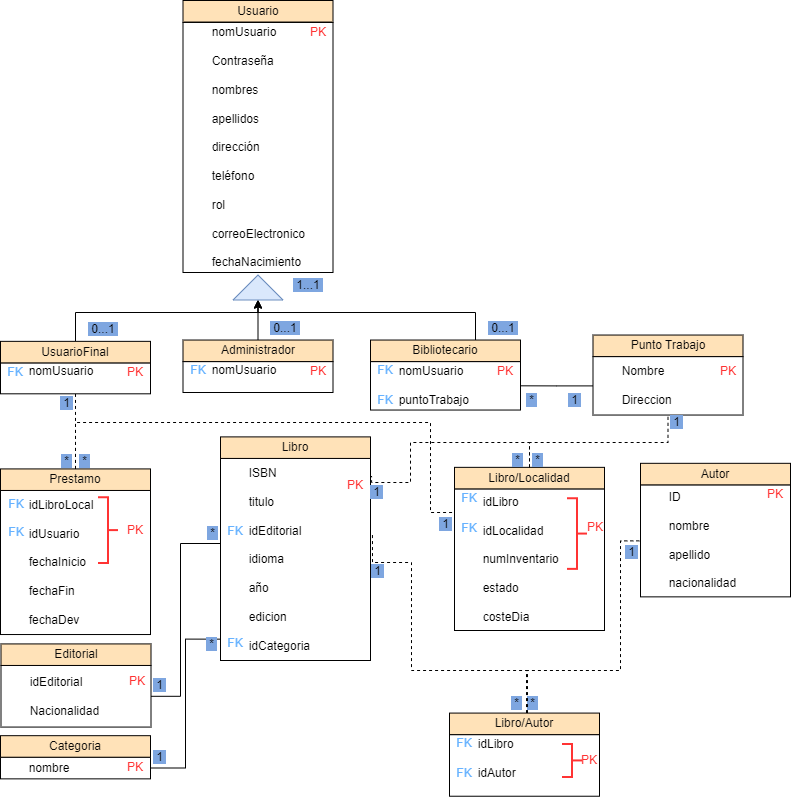
SneatX/Biblioteca_DS_1 keeps this draw.io diagram as imgs/Basededatosbiblioteca.png. Above is the earlier version. Source tidied: cells renumbered, new cells last; positions are measured from the earlier drawing's top-left corner, leaving out a move shared by most shapes.
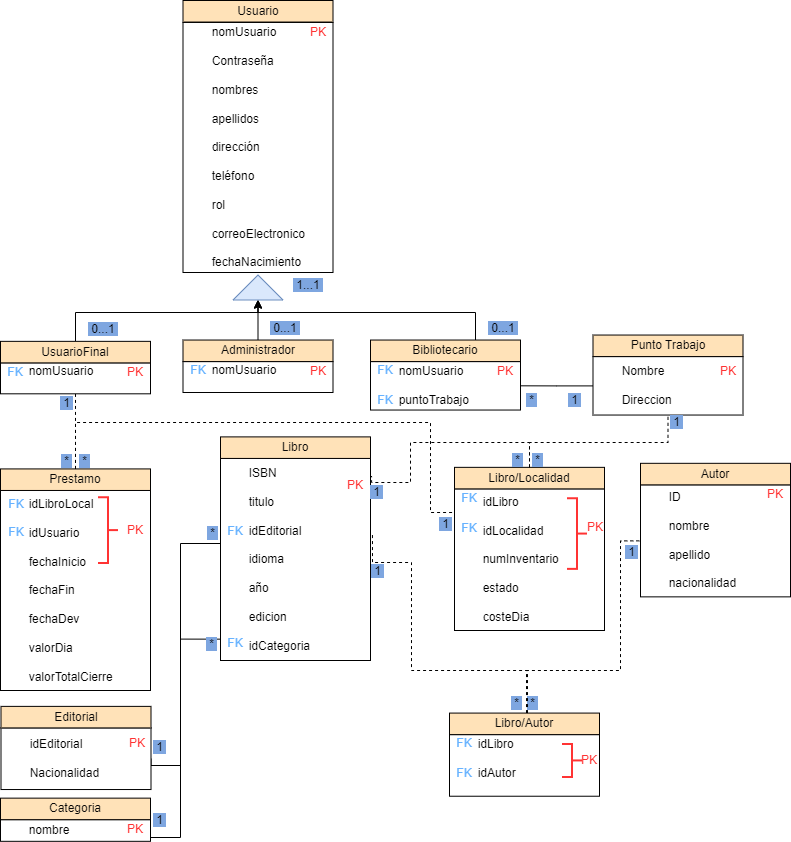
After the commit.

Commit message:
feat: :sparkles: colocando campos de costo al prestamo

The edit, as a diff of the source:
```diff
@@ -159,8 +159,8 @@
     <mxCell id="46" value="&lt;font color=&quot;#030100&quot; style=&quot;background-color: rgb(126, 166, 224);&quot;&gt;&amp;nbsp;*&amp;nbsp;&lt;/font&gt;" style="text;html=1;align=center;verticalAlign=middle;whiteSpace=wrap;rounded=0;" parent="1" vertex="1">
       <mxGeometry x="510.2" y="452.9" width="15" height="14" as="geometry" />
     </mxCell>
-    <mxCell id="47" value="&lt;div&gt;&lt;span style=&quot;white-space: pre;&quot;&gt;&#9;&lt;/span&gt;idLibroLocal&lt;br&gt;&lt;/div&gt;&lt;div&gt;&lt;span style=&quot;white-space: pre;&quot;&gt;&#9;&lt;/span&gt;&lt;br&gt;&lt;/div&gt;&lt;div&gt;&lt;span style=&quot;white-space: pre;&quot;&gt;&#9;&lt;/span&gt;idUsuario&lt;br&gt;&lt;/div&gt;&lt;div&gt;&lt;br&gt;&lt;/div&gt;&lt;div&gt;&lt;span style=&quot;white-space: pre;&quot;&gt;&#9;&lt;/span&gt;fechaInicio&lt;br&gt;&lt;/div&gt;&lt;div&gt;&lt;br&gt;&lt;/div&gt;&lt;div&gt;&lt;span style=&quot;white-space: pre;&quot;&gt;&#9;&lt;/span&gt;fechaFin&lt;br&gt;&lt;/div&gt;&lt;div&gt;&lt;br&gt;&lt;/div&gt;&lt;div&gt;&lt;span style=&quot;white-space: pre;&quot;&gt;&#9;&lt;/span&gt;fechaDev&lt;/div&gt;" style="rounded=0;whiteSpace=wrap;html=1;align=left;" parent="1" vertex="1">
-      <mxGeometry y="490" width="150" height="144.1" as="geometry" />
+    <mxCell id="47" value="&lt;div&gt;&lt;span style=&quot;white-space: pre;&quot;&gt;&#9;&lt;/span&gt;idLibroLocal&lt;br&gt;&lt;/div&gt;&lt;div&gt;&lt;span style=&quot;white-space: pre;&quot;&gt;&#9;&lt;/span&gt;&lt;br&gt;&lt;/div&gt;&lt;div&gt;&lt;span style=&quot;white-space: pre;&quot;&gt;&#9;&lt;/span&gt;idUsuario&lt;br&gt;&lt;/div&gt;&lt;div&gt;&lt;br&gt;&lt;/div&gt;&lt;div&gt;&lt;span style=&quot;white-space: pre;&quot;&gt;&#9;&lt;/span&gt;fechaInicio&lt;br&gt;&lt;/div&gt;&lt;div&gt;&lt;br&gt;&lt;/div&gt;&lt;div&gt;&lt;span style=&quot;white-space: pre;&quot;&gt;&#9;&lt;/span&gt;fechaFin&lt;br&gt;&lt;/div&gt;&lt;div&gt;&lt;br&gt;&lt;/div&gt;&lt;div&gt;&lt;span style=&quot;white-space: pre;&quot;&gt;&#9;&lt;/span&gt;fechaDev&lt;/div&gt;&lt;div&gt;&lt;br&gt;&lt;/div&gt;&lt;div&gt;&lt;span style=&quot;white-space: pre;&quot;&gt;&#9;&lt;/span&gt;valorDia&lt;br&gt;&lt;/div&gt;&lt;div&gt;&lt;br&gt;&lt;/div&gt;&lt;div&gt;&lt;span style=&quot;white-space: pre;&quot;&gt;&#9;&lt;/span&gt;valorTotalCierre&lt;br&gt;&lt;/div&gt;" style="rounded=0;whiteSpace=wrap;html=1;align=left;" parent="1" vertex="1">
+      <mxGeometry y="490" width="150" height="200" as="geometry" />
     </mxCell>
     <mxCell id="48" style="edgeStyle=orthogonalEdgeStyle;rounded=0;jettySize=auto;html=1;entryX=0.5;entryY=1;entryDx=0;entryDy=0;endArrow=none;endFill=0;dashed=1;" parent="1" edge="1" source="49" target="26">
       <mxGeometry relative="1" as="geometry" />
@@ -269,42 +269,48 @@
       <mxGeometry x="625" y="545" width="12.5" height="14" as="geometry" />
     </mxCell>
     <mxCell id="77" style="edgeStyle=orthogonalEdgeStyle;rounded=0;jettySize=auto;html=1;entryX=0;entryY=0.25;entryDx=0;entryDy=0;endArrow=none;endFill=0;" parent="1" edge="1" source="78" target="61">
-      <mxGeometry relative="1" as="geometry" />
+      <mxGeometry relative="1" as="geometry">
+        <Array as="points">
+          <mxPoint x="180" y="837" />
+          <mxPoint x="180" y="639" />
+        </Array>
+      </mxGeometry>
     </mxCell>
     <mxCell id="78" value="&lt;div&gt;&lt;span style=&quot;background-color: initial; white-space: pre;&quot;&gt;&#9;&lt;/span&gt;&lt;span style=&quot;background-color: initial;&quot;&gt;n&lt;/span&gt;&lt;span style=&quot;background-color: initial;&quot;&gt;ombre&lt;/span&gt;&lt;/div&gt;" style="rounded=0;whiteSpace=wrap;html=1;align=left;" parent="1" vertex="1">
-      <mxGeometry y="756.7" width="150" height="21.6" as="geometry" />
+      <mxGeometry y="819.2" width="150" height="21.6" as="geometry" />
     </mxCell>
     <mxCell id="79" value="Categoria" style="rounded=0;whiteSpace=wrap;html=1;fillColor=#FFE2B8;fontColor=#080808;strokeColor=#030100;" parent="1" vertex="1">
-      <mxGeometry y="735.2" width="150" height="21.5" as="geometry" />
+      <mxGeometry y="797.6" width="150" height="21.5" as="geometry" />
     </mxCell>
     <mxCell id="80" value="&lt;font&gt;PK&lt;/font&gt;" style="text;html=1;align=center;verticalAlign=middle;whiteSpace=wrap;rounded=0;fontColor=#FF3333;" parent="1" vertex="1">
-      <mxGeometry x="120" y="756.7" width="30" height="20" as="geometry" />
+      <mxGeometry x="120" y="819.2" width="30" height="20" as="geometry" />
     </mxCell>
     <mxCell id="81" value="&lt;font color=&quot;#030100&quot; style=&quot;background-color: rgb(126, 166, 224);&quot;&gt;&amp;nbsp;1&amp;nbsp;&lt;/font&gt;" style="text;html=1;align=center;verticalAlign=middle;whiteSpace=wrap;rounded=0;" parent="1" vertex="1">
-      <mxGeometry x="153" y="750.4" width="12.5" height="14" as="geometry" />
+      <mxGeometry x="153" y="812.8" width="12.5" height="14" as="geometry" />
     </mxCell>
     <mxCell id="82" value="&lt;font color=&quot;#030100&quot;&gt;&lt;span style=&quot;background-color: rgb(126, 166, 224);&quot;&gt;&amp;nbsp;*&amp;nbsp;&lt;/span&gt;&lt;/font&gt;" style="text;html=1;align=center;verticalAlign=middle;whiteSpace=wrap;rounded=0;" parent="1" vertex="1">
       <mxGeometry x="205" y="637" width="12.5" height="14" as="geometry" />
     </mxCell>
-    <mxCell id="83" style="edgeStyle=orthogonalEdgeStyle;rounded=0;jettySize=auto;html=1;entryX=0;entryY=0.5;entryDx=0;entryDy=0;endArrow=none;endFill=0;" parent="1" edge="1" source="84" target="44">
+    <mxCell id="83" style="edgeStyle=orthogonalEdgeStyle;rounded=0;jettySize=auto;html=1;entryX=0;entryY=0.5;entryDx=0;entryDy=0;endArrow=none;endFill=0;exitX=1;exitY=0.5;exitDx=0;exitDy=0;" parent="1" edge="1" source="84" target="44">
       <mxGeometry relative="1" as="geometry">
         <Array as="points">
-          <mxPoint x="180" y="696" />
+          <mxPoint x="180" y="765" />
           <mxPoint x="180" y="543" />
+          <mxPoint x="220" y="543" />
         </Array>
       </mxGeometry>
     </mxCell>
     <mxCell id="84" value="&lt;div&gt;&lt;span style=&quot;white-space: pre;&quot;&gt;&#9;&lt;/span&gt;idEditorial&lt;/div&gt;&lt;div&gt;&lt;br&gt;&lt;/div&gt;&lt;div&gt;&lt;span style=&quot;white-space: pre;&quot;&gt;&#9;&lt;/span&gt;Nacionalidad&lt;br&gt;&lt;/div&gt;" style="rounded=0;whiteSpace=wrap;html=1;align=left;" parent="1" vertex="1">
-      <mxGeometry x="0.5" y="665" width="150" height="61.6" as="geometry" />
+      <mxGeometry x="0.5" y="727.4" width="150" height="61.6" as="geometry" />
     </mxCell>
     <mxCell id="85" value="Editorial" style="rounded=0;whiteSpace=wrap;html=1;fillColor=#FFE2B8;fontColor=#080808;strokeColor=#030100;" parent="1" vertex="1">
-      <mxGeometry x="0.5" y="643.4" width="150" height="21.5" as="geometry" />
+      <mxGeometry x="0.5" y="705.9" width="150" height="21.5" as="geometry" />
     </mxCell>
     <mxCell id="86" value="&lt;font&gt;PK&lt;/font&gt;" style="text;html=1;align=center;verticalAlign=middle;whiteSpace=wrap;rounded=0;fontColor=#FF3333;" parent="1" vertex="1">
-      <mxGeometry x="121.5" y="671" width="30" height="20" as="geometry" />
+      <mxGeometry x="121.5" y="733.5" width="30" height="20" as="geometry" />
     </mxCell>
     <mxCell id="87" value="&lt;font color=&quot;#030100&quot; style=&quot;background-color: rgb(126, 166, 224);&quot;&gt;&amp;nbsp;1&amp;nbsp;&lt;/font&gt;" style="text;html=1;align=center;verticalAlign=middle;whiteSpace=wrap;rounded=0;" parent="1" vertex="1">
-      <mxGeometry x="153" y="678" width="12.5" height="14" as="geometry" />
+      <mxGeometry x="153" y="740.5" width="12.5" height="14" as="geometry" />
     </mxCell>
     <mxCell id="88" value="&lt;font color=&quot;#030100&quot;&gt;&lt;span style=&quot;background-color: rgb(126, 166, 224);&quot;&gt;&amp;nbsp;*&amp;nbsp;&lt;/span&gt;&lt;/font&gt;" style="text;html=1;align=center;verticalAlign=middle;whiteSpace=wrap;rounded=0;" parent="1" vertex="1">
       <mxGeometry x="206" y="526" width="12.5" height="14" as="geometry" />
```
